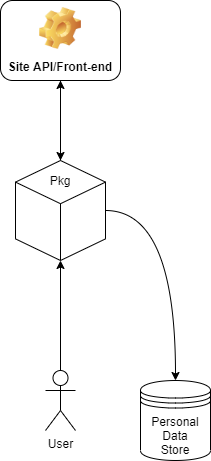
Before: figures/api-scraper.png, a diagram exported from draw.io (saiemgilani/The_SportsDataverse_Initiative). Source tidied: cells renumbered, new cells last; positions are measured from the earlier drawing's top-left corner, leaving out a move shared by most shapes.
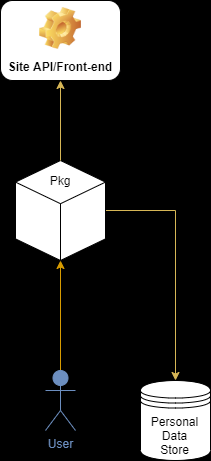
The same diagram one commit later.

The edit, as a diff of the source:
```diff
@@ -1,14 +1,14 @@
-<mxGraphModel>
+<mxGraphModel background="#000000" shadow="1">
   <root>
     <mxCell id="0" />
     <mxCell id="1" parent="0" />
-    <mxCell id="2" style="edgeStyle=orthogonalEdgeStyle;rounded=0;jettySize=auto;html=1;curved=1;" parent="1" edge="1" source="3" target="9">
+    <mxCell id="2" style="edgeStyle=orthogonalEdgeStyle;rounded=0;jettySize=auto;html=1;" parent="1" edge="1" source="3" target="9">
       <mxGeometry relative="1" as="geometry" />
     </mxCell>
     <mxCell id="3" value="Site API/Front-end" style="label;whiteSpace=wrap;html=1;align=center;verticalAlign=bottom;spacingLeft=0;spacingBottom=4;imageAlign=center;imageVerticalAlign=top;image=img/clipart/Gear_128x128.png;" parent="1" vertex="1">
       <mxGeometry width="120" height="80" as="geometry" />
     </mxCell>
-    <mxCell id="4" style="edgeStyle=orthogonalEdgeStyle;rounded=0;jettySize=auto;html=1;curved=1;" parent="1" edge="1" source="5" target="6">
+    <mxCell id="4" style="edgeStyle=orthogonalEdgeStyle;rounded=0;jettySize=auto;html=1;fillColor=#fff2cc;strokeColor=#d6b656;" parent="1" edge="1" source="5" target="6">
       <mxGeometry relative="1" as="geometry" />
     </mxCell>
     <mxCell id="5" style="html=1;whiteSpace=wrap;shape=isoCube2;backgroundOutline=1;isoAngle=15;" parent="1" vertex="1">
@@ -20,16 +20,16 @@
     <mxCell id="7" value="Personal Data Store" style="text;html=1;strokeColor=none;fillColor=none;align=center;verticalAlign=middle;whiteSpace=wrap;rounded=0;" parent="1" vertex="1">
       <mxGeometry x="151.2" y="410" width="47.5" height="50" as="geometry" />
     </mxCell>
-    <mxCell id="8" style="edgeStyle=orthogonalEdgeStyle;rounded=0;jettySize=auto;html=1;curved=1;" parent="1" edge="1" source="9" target="3">
+    <mxCell id="8" style="edgeStyle=orthogonalEdgeStyle;rounded=0;jettySize=auto;html=1;fillColor=#fff2cc;strokeColor=#d6b656;" parent="1" edge="1" source="9" target="3">
       <mxGeometry relative="1" as="geometry" />
     </mxCell>
     <mxCell id="9" value="Pkg" style="text;html=1;strokeColor=none;fillColor=none;align=center;verticalAlign=middle;whiteSpace=wrap;rounded=0;" parent="1" vertex="1">
       <mxGeometry x="40" y="160" width="40" height="40" as="geometry" />
     </mxCell>
-    <mxCell id="10" style="edgeStyle=orthogonalEdgeStyle;rounded=0;jettySize=auto;html=1;curved=1;" parent="1" edge="1" source="11" target="5">
+    <mxCell id="10" style="edgeStyle=orthogonalEdgeStyle;rounded=0;jettySize=auto;html=1;fillColor=#ffe6cc;strokeColor=#d79b00;" parent="1" edge="1" source="11" target="5">
       <mxGeometry relative="1" as="geometry" />
     </mxCell>
-    <mxCell id="11" value="User" style="shape=umlActor;verticalLabelPosition=bottom;verticalAlign=top;html=1;outlineConnect=0;" parent="1" vertex="1">
+    <mxCell id="11" value="&lt;font color=&quot;#6c8ebf&quot;&gt;User&lt;/font&gt;" style="shape=umlActor;verticalLabelPosition=bottom;verticalAlign=top;html=1;outlineConnect=0;fillColor=#6C8EBF;strokeColor=#6C8EBF;" parent="1" vertex="1">
       <mxGeometry x="45" y="370" width="30" height="60" as="geometry" />
     </mxCell>
   </root>
```
